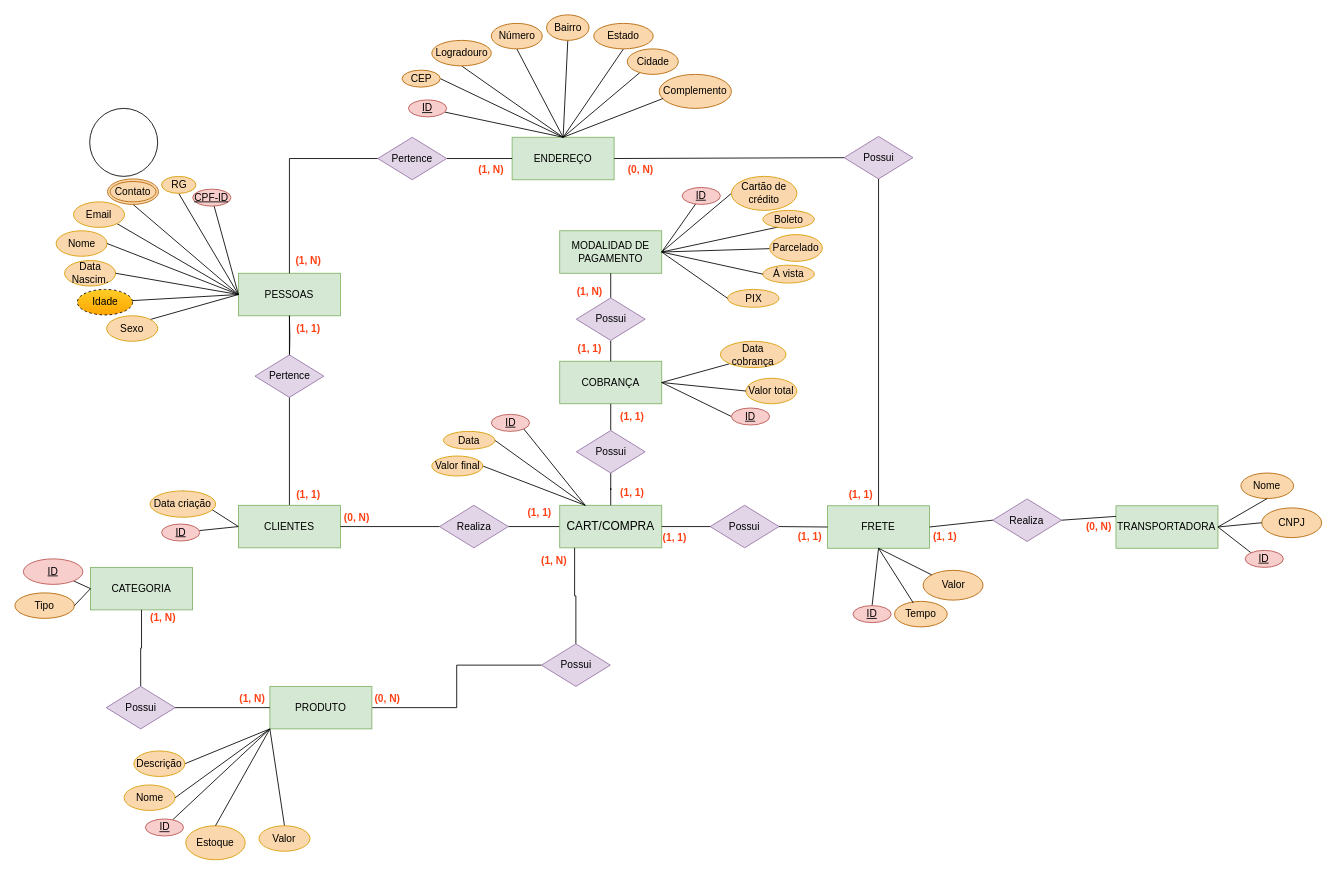
JoaoVAntunes/PotianDatabase keeps this draw.io diagram as Potian.drawio. Above is the earlier version. Source tidied: cells renumbered, new cells numbered last; positions are measured from the earlier drawing's top-left corner, leaving out a move shared by most shapes. Both pictures are drawn from the tidied source at 85%, with x=0, y=0 at pixel (14, 14).
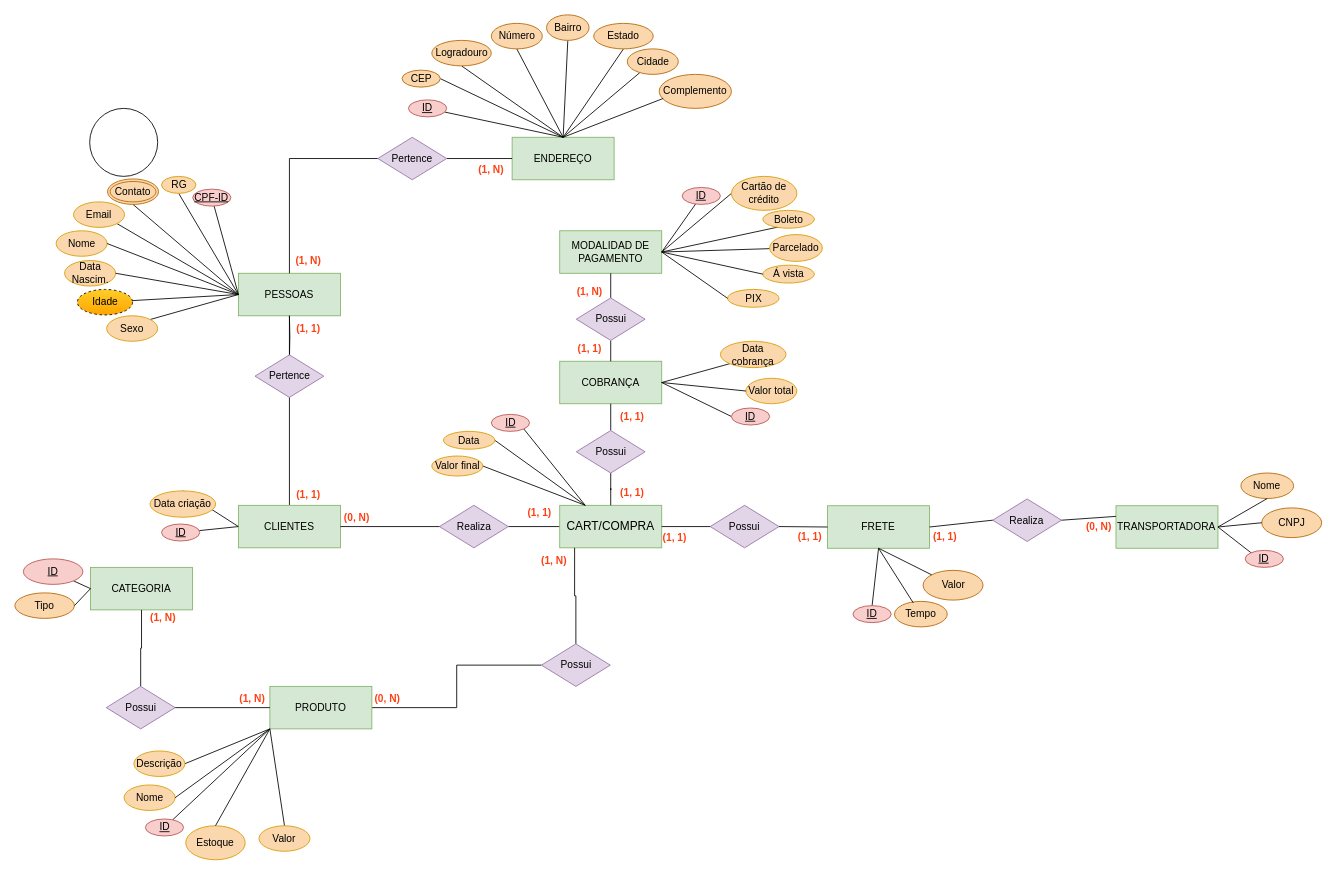
The same page after the edit.

Unchanged cells that the change refers to:
```xml
<mxCell id="2" value="ENDEREÇO" style="rounded=0;whiteSpace=wrap;html=1;fillColor=#d5e8d4;strokeColor=#82b366;" parent="1" vertex="1">
  <mxGeometry x="585" y="144" width="120" height="50" as="geometry" />
</mxCell>
<mxCell id="107" value="FRETE" style="rounded=0;whiteSpace=wrap;html=1;fillColor=#d5e8d4;strokeColor=#82b366;" parent="1" vertex="1">
  <mxGeometry x="956.1" y="577.5" width="120" height="50" as="geometry" />
</mxCell>
```

What changed in the source:
```diff
@@
-    <mxCell id="108" value="Possui" style="rhombus;whiteSpace=wrap;html=1;fillColor=#e1d5e7;strokeColor=#9673a6;" parent="1" vertex="1">
-      <mxGeometry x="975.6" y="143" width="81" height="50" as="geometry" />
-    </mxCell>
-    <mxCell id="109" style="endArrow=none;html=1;rounded=0;exitX=1;exitY=0.5;exitDx=0;exitDy=0;entryX=0;entryY=0.5;entryDx=0;entryDy=0;" parent="1" edge="1" source="2" target="108">
-      <mxGeometry relative="1" as="geometry" />
-    </mxCell>
-    <mxCell id="110" style="endArrow=none;html=1;rounded=0;entryX=0.5;entryY=0;entryDx=0;entryDy=0;exitX=0.5;exitY=1;exitDx=0;exitDy=0;" parent="1" edge="1" source="108" target="107">
-      <mxGeometry relative="1" as="geometry" />
-    </mxCell>
@@
-    <mxCell id="136" value="&lt;font color=&quot;#ff4013&quot;&gt;(1, 1)&lt;/font&gt;" style="text;html=1;align=center;verticalAlign=middle;strokeColor=none;fillColor=none;fontStyle=1;" parent="1" vertex="1">
-      <mxGeometry x="970" y="550" width="50" height="30" as="geometry" />
-    </mxCell>
-    <mxCell id="137" value="&lt;font color=&quot;#ff4013&quot;&gt;(0, N)&lt;/font&gt;" style="text;html=1;align=center;verticalAlign=middle;strokeColor=none;fillColor=none;fontStyle=1;" parent="1" vertex="1">
-      <mxGeometry x="711" y="168" width="50" height="30" as="geometry" />
-    </mxCell>
```
